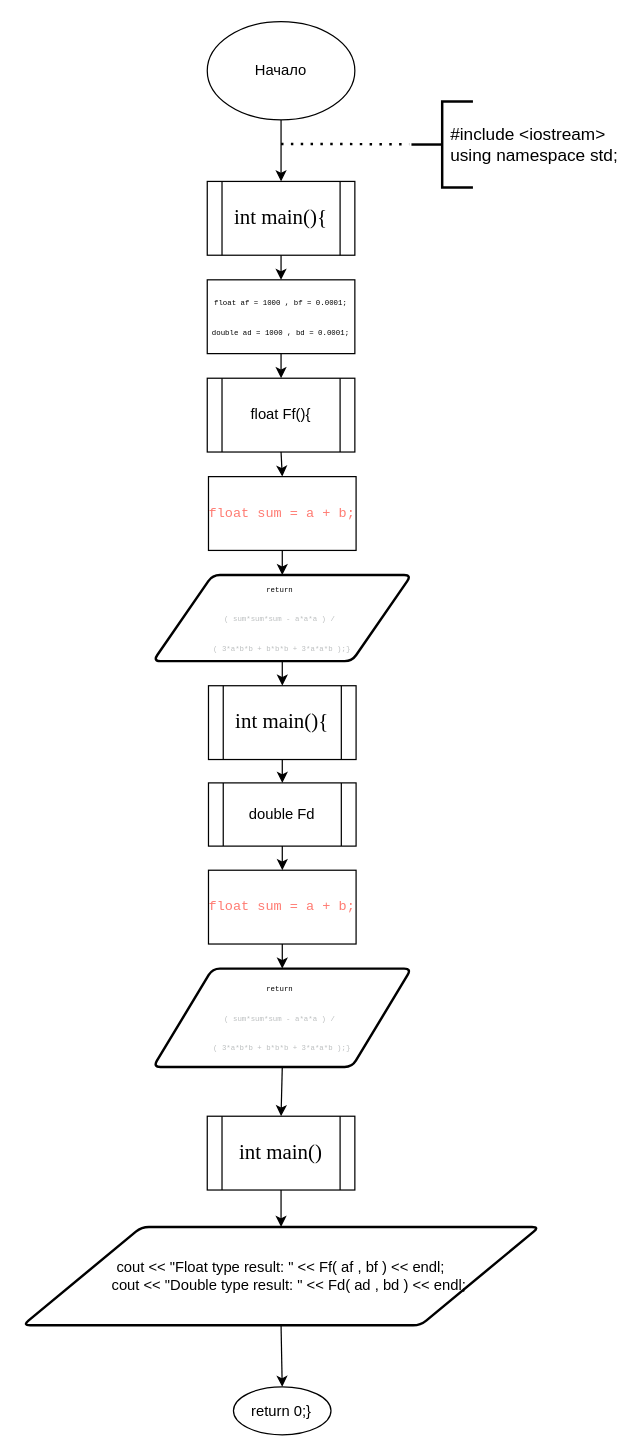
The draw.io diagram bacalour/1 course/1 sem/lab 1/Exesize_1.drawio in NazarovPavelAlekseevich/Labs_PSTU_NazarovPavelAlekseevich, before the edit. Source tidied: cells renumbered, new cells numbered last; positions are measured from the earlier drawing's top-left corner, leaving out a move shared by most shapes. Both pictures are drawn from the tidied source at 123%, with x=0, y=0 at pixel (22, 21).
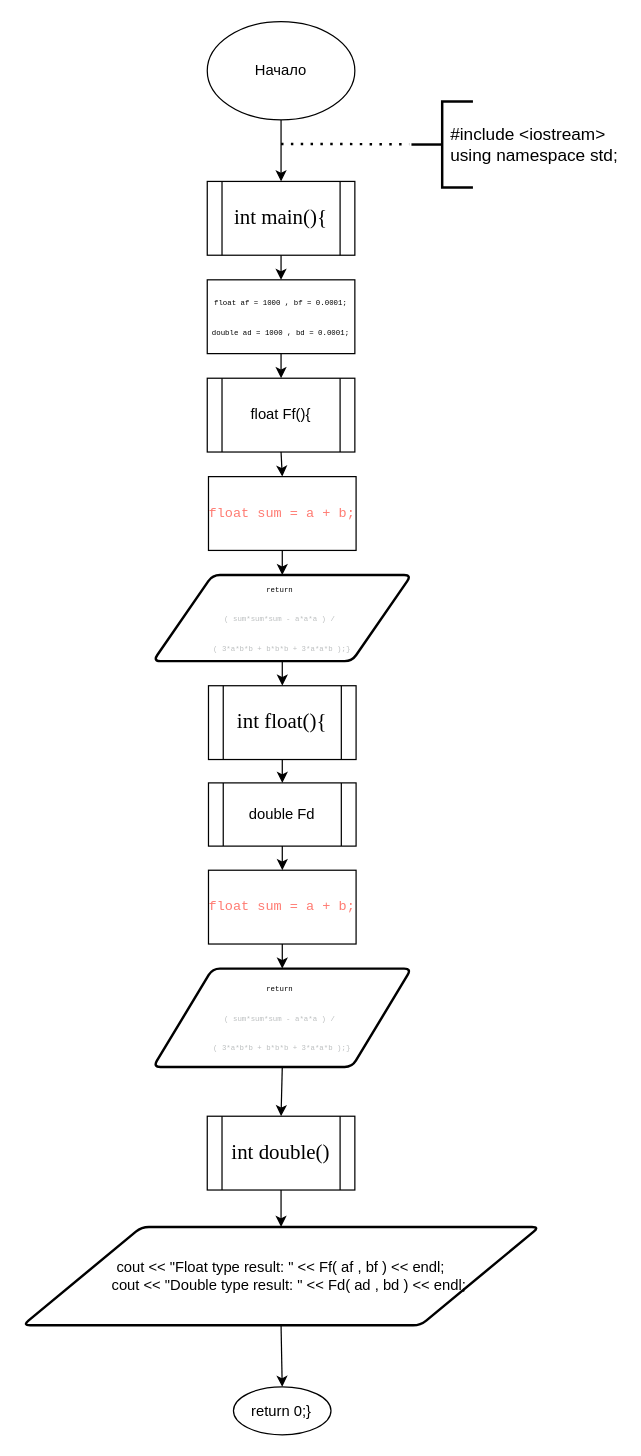
The same diagram, later.

Change to the diagram source:
```diff
@@
-    <mxCell id="11" value="&lt;font style=&quot;font-size: 17px;&quot;&gt;int main(){&lt;/font&gt;" style="shape=process;whiteSpace=wrap;html=1;backgroundOutline=1;fontFamily=Times New Roman;" parent="1" vertex="1">
+    <mxCell id="11" value="&lt;font style=&quot;font-size: 17px;&quot;&gt;int float(){&lt;/font&gt;" style="shape=process;whiteSpace=wrap;html=1;backgroundOutline=1;fontFamily=Times New Roman;" parent="1" vertex="1">
       <mxGeometry x="151" y="540" width="120" height="60" as="geometry" />
     </mxCell>
@@
-    <mxCell id="19" value="&lt;font style=&quot;font-size: 17px;&quot;&gt;int main()&lt;/font&gt;" style="shape=process;whiteSpace=wrap;html=1;backgroundOutline=1;fontFamily=Times New Roman;" parent="1" vertex="1">
+    <mxCell id="19" value="&lt;font style=&quot;font-size: 17px;&quot;&gt;int double&lt;/font&gt;&lt;span style=&quot;font-size: 17px; background-color: transparent; color: light-dark(#000000, var(--ge-light-color, #ffffff));&quot;&gt;()&lt;/span&gt;" style="shape=process;whiteSpace=wrap;html=1;backgroundOutline=1;fontFamily=Times New Roman;" parent="1" vertex="1">
       <mxGeometry x="150" y="890" width="120" height="60" as="geometry" />
     </mxCell>
```
